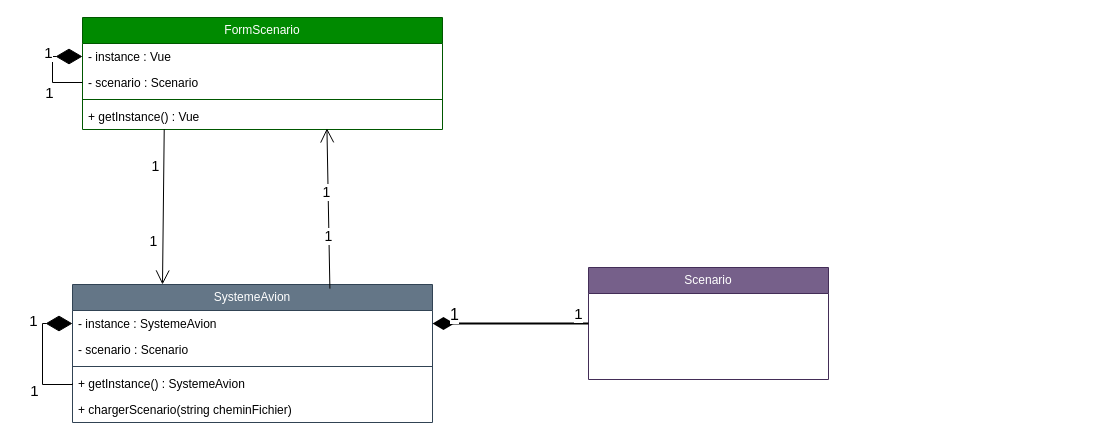
felixcharbonneau/Echec keeps this draw.io diagram as AviyonsSimulateur.drawio. Above is the earlier version. Source tidied: cells renumbered, new cells numbered last; positions are measured from the earlier drawing's top-left corner, leaving out a move shared by most shapes. Both pictures are drawn from the tidied source at 100%, with x=0, y=0 at pixel (42, 17).
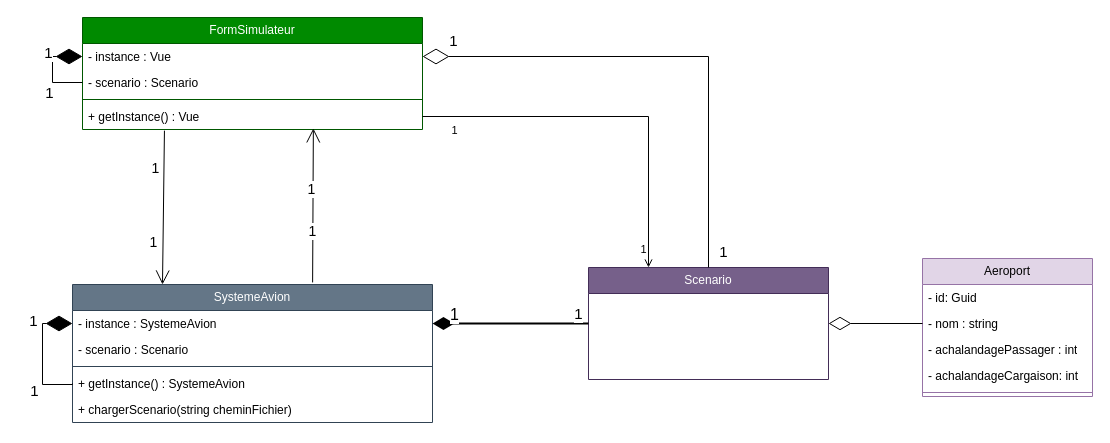
After the change.

Unchanged cells that the change refers to:
```xml
<mxCell id="2" value="SystemeAvion" style="swimlane;fontStyle=0;horizontal=1;startSize=26;fillColor=#647687;whiteSpace=wrap;html=1;strokeColor=#314354;fontColor=#ffffff;" parent="1" vertex="1">
  <mxGeometry x="30" y="267" width="360" height="138" as="geometry" />
</mxCell>
<mxCell id="11" value="Scenario" style="swimlane;fontStyle=0;horizontal=1;startSize=26;fillColor=#76608a;whiteSpace=wrap;html=1;strokeColor=#432D57;fontColor=#ffffff;" parent="1" vertex="1">
  <mxGeometry x="546" y="250" width="240" height="112" as="geometry" />
</mxCell>
```

Diff of the diagram source:
```diff
@@
-    <mxCell id="15" value="FormScenario" style="swimlane;fontStyle=0;horizontal=1;startSize=26;fillColor=#008a00;whiteSpace=wrap;html=1;strokeColor=#005700;fontColor=#ffffff;" parent="1" vertex="1">
-      <mxGeometry x="40" width="360" height="112" as="geometry" />
+    <mxCell id="15" value="FormSimulateur" style="swimlane;fontStyle=0;horizontal=1;startSize=26;fillColor=#008a00;whiteSpace=wrap;html=1;strokeColor=#005700;fontColor=#ffffff;" parent="1" vertex="1">
+      <mxGeometry x="40" width="340" height="112" as="geometry" />
     </mxCell>
     <mxCell id="16" value="- instance : Vue" style="text;strokeColor=none;fillColor=none;align=left;verticalAlign=top;spacingLeft=4;spacingRight=4;overflow=hidden;points=[[0,0.5],[1,0.5]];portConstraint=eastwest;whiteSpace=wrap;html=1;" parent="15" vertex="1">
-      <mxGeometry y="26" width="360" height="26" as="geometry" />
+      <mxGeometry y="26" width="340" height="26" as="geometry" />
     </mxCell>
     <mxCell id="17" value="- scenario : Scenario" style="text;strokeColor=none;fillColor=none;align=left;verticalAlign=top;spacingLeft=4;spacingRight=4;overflow=hidden;whiteSpace=wrap;html=1;" parent="15" vertex="1">
-      <mxGeometry y="52" width="360" height="26" as="geometry" />
+      <mxGeometry y="52" width="340" height="26" as="geometry" />
     </mxCell>
     <mxCell id="18" style="line;strokeWidth=1;fillColor=none;align=left;verticalAlign=middle;spacingTop=-1;spacingLeft=3;spacingRight=3;labelPosition=right;strokeColor=inherit;" parent="15" vertex="1">
-      <mxGeometry y="78" width="360" height="8" as="geometry" />
+      <mxGeometry y="78" width="340" height="8" as="geometry" />
     </mxCell>
     <mxCell id="19" value="+ getInstance() : Vue" style="text;strokeColor=none;fillColor=none;align=left;verticalAlign=top;spacingLeft=4;spacingRight=4;overflow=hidden;points=[[0,0.5],[1,0.5]];portConstraint=eastwest;whiteSpace=wrap;html=1;" parent="15" vertex="1">
-      <mxGeometry y="86" width="360" height="26" as="geometry" />
+      <mxGeometry y="86" width="340" height="26" as="geometry" />
     </mxCell>
@@
-    <mxCell id="23" style="endArrow=open;endFill=1;endSize=12;html=1;rounded=0;entryX=0.25;entryY=0;entryDx=0;entryDy=0;exitX=0.227;exitY=0.984;exitDx=0;exitDy=0;exitPerimeter=0;" parent="1" edge="1" source="19">
+    <mxCell id="23" style="endArrow=open;endFill=1;endSize=12;html=1;rounded=0;entryX=0.25;entryY=0;entryDx=0;entryDy=0;exitX=0.241;exitY=1.045;exitDx=0;exitDy=0;exitPerimeter=0;" parent="1" edge="1" source="19">
       <mxGeometry relative="1" as="geometry">
         <mxPoint x="120" y="267" as="targetPoint" />
       </mxGeometry>
     </mxCell>
@@
-    <mxCell id="26" style="endArrow=open;endFill=1;endSize=12;html=1;rounded=0;entryX=0.679;entryY=0.958;entryDx=0;entryDy=0;exitX=0.715;exitY=0.03;exitDx=0;exitDy=0;exitPerimeter=0;entryPerimeter=0;" parent="1" edge="1" source="2" target="19">
+    <mxCell id="26" style="endArrow=open;endFill=1;endSize=12;html=1;rounded=0;entryX=0.679;entryY=0.958;entryDx=0;entryDy=0;exitX=0.667;exitY=-0.015;exitDx=0;exitDy=0;exitPerimeter=0;entryPerimeter=0;" parent="1" edge="1" source="2" target="19">
       <mxGeometry relative="1" as="geometry" />
     </mxCell>
@@
+    <mxCell id="29" style="endArrow=diamondThin;endFill=0;endSize=24;html=1;rounded=0;exitX=0.5;exitY=0;exitDx=0;exitDy=0;edgeStyle=orthogonalEdgeStyle;entryX=1;entryY=0.5;entryDx=0;entryDy=0;" parent="1" edge="1" source="11" target="16">
+      <mxGeometry relative="1" as="geometry">
+        <Array as="points">
+          <mxPoint x="666" y="39" />
+        </Array>
+      </mxGeometry>
+    </mxCell>
+    <mxCell id="30" value="1" style="edgeLabel;html=1;align=center;verticalAlign=middle;fontSize=15;" parent="29" vertex="1">
+      <mxGeometry x="-0.62" y="-3" relative="1" as="geometry">
+        <mxPoint x="11" y="77" as="offset" />
+      </mxGeometry>
+    </mxCell>
+    <mxCell id="31" value="1" style="edgeLabel;html=1;align=center;verticalAlign=middle;fontSize=15;" parent="29" vertex="1">
+      <mxGeometry x="0.56" y="2" relative="1" as="geometry">
+        <mxPoint x="-79" y="-19" as="offset" />
+      </mxGeometry>
+    </mxCell>
+    <mxCell id="32" style="edgeStyle=orthogonalEdgeStyle;rounded=0;jettySize=auto;html=1;exitX=1;exitY=0.5;exitDx=0;exitDy=0;entryX=0.25;entryY=0;entryDx=0;entryDy=0;endArrow=open;endFill=0;" parent="1" edge="1" source="19" target="11">
+      <mxGeometry relative="1" as="geometry" />
+    </mxCell>
+    <mxCell id="33" value="1" style="edgeLabel;html=1;align=center;verticalAlign=middle;" parent="32" vertex="1">
+      <mxGeometry x="0.83" y="-1" relative="1" as="geometry">
+        <mxPoint x="-5" y="13" as="offset" />
+      </mxGeometry>
+    </mxCell>
+    <mxCell id="34" value="1" style="edgeLabel;html=1;align=center;verticalAlign=middle;" parent="32" vertex="1">
+      <mxGeometry x="-0.79" y="1" relative="1" as="geometry">
+        <mxPoint x="-9" y="14" as="offset" />
+      </mxGeometry>
+    </mxCell>
+    <mxCell id="35" value="Aeroport" style="swimlane;fontStyle=0;horizontal=1;startSize=26;fillColor=#e1d5e7;whiteSpace=wrap;html=1;strokeColor=#9673a6;" parent="1" vertex="1">
+      <mxGeometry x="880" y="241" width="170" height="138" as="geometry" />
+    </mxCell>
+    <mxCell id="36" value="- id: Guid" style="text;strokeColor=none;fillColor=none;align=left;verticalAlign=top;spacingLeft=4;spacingRight=4;overflow=hidden;whiteSpace=wrap;html=1;" parent="35" vertex="1">
+      <mxGeometry y="26" width="170" height="26" as="geometry" />
+    </mxCell>
+    <mxCell id="37" value="- nom : string" style="text;strokeColor=none;fillColor=none;align=left;verticalAlign=top;spacingLeft=4;spacingRight=4;overflow=hidden;points=[[0,0.5],[1,0.5]];portConstraint=eastwest;whiteSpace=wrap;html=1;" parent="35" vertex="1">
+      <mxGeometry y="52" width="170" height="26" as="geometry" />
+    </mxCell>
+    <mxCell id="38" value="- achalandagePassager : int" style="text;strokeColor=none;fillColor=none;align=left;verticalAlign=top;spacingLeft=4;spacingRight=4;overflow=hidden;whiteSpace=wrap;html=1;" parent="35" vertex="1">
+      <mxGeometry y="78" width="170" height="26" as="geometry" />
+    </mxCell>
+    <mxCell id="39" value="- achalandageCargaison: int" style="text;strokeColor=none;fillColor=none;align=left;verticalAlign=top;spacingLeft=4;spacingRight=4;overflow=hidden;whiteSpace=wrap;html=1;" parent="35" vertex="1">
+      <mxGeometry y="104" width="170" height="26" as="geometry" />
+    </mxCell>
+    <mxCell id="40" style="line;strokeWidth=1;fillColor=none;align=left;verticalAlign=middle;spacingTop=-1;spacingLeft=3;spacingRight=3;labelPosition=right;strokeColor=inherit;" parent="35" vertex="1">
+      <mxGeometry y="130" width="170" height="8" as="geometry" />
+    </mxCell>
+    <mxCell id="41" style="edgeStyle=orthogonalEdgeStyle;rounded=0;jettySize=auto;html=1;endArrow=diamondThin;endFill=0;entryX=1;entryY=0.5;entryDx=0;entryDy=0;endSize=20;" parent="1" edge="1" source="37" target="11">
+      <mxGeometry relative="1" as="geometry" />
+    </mxCell>
```
